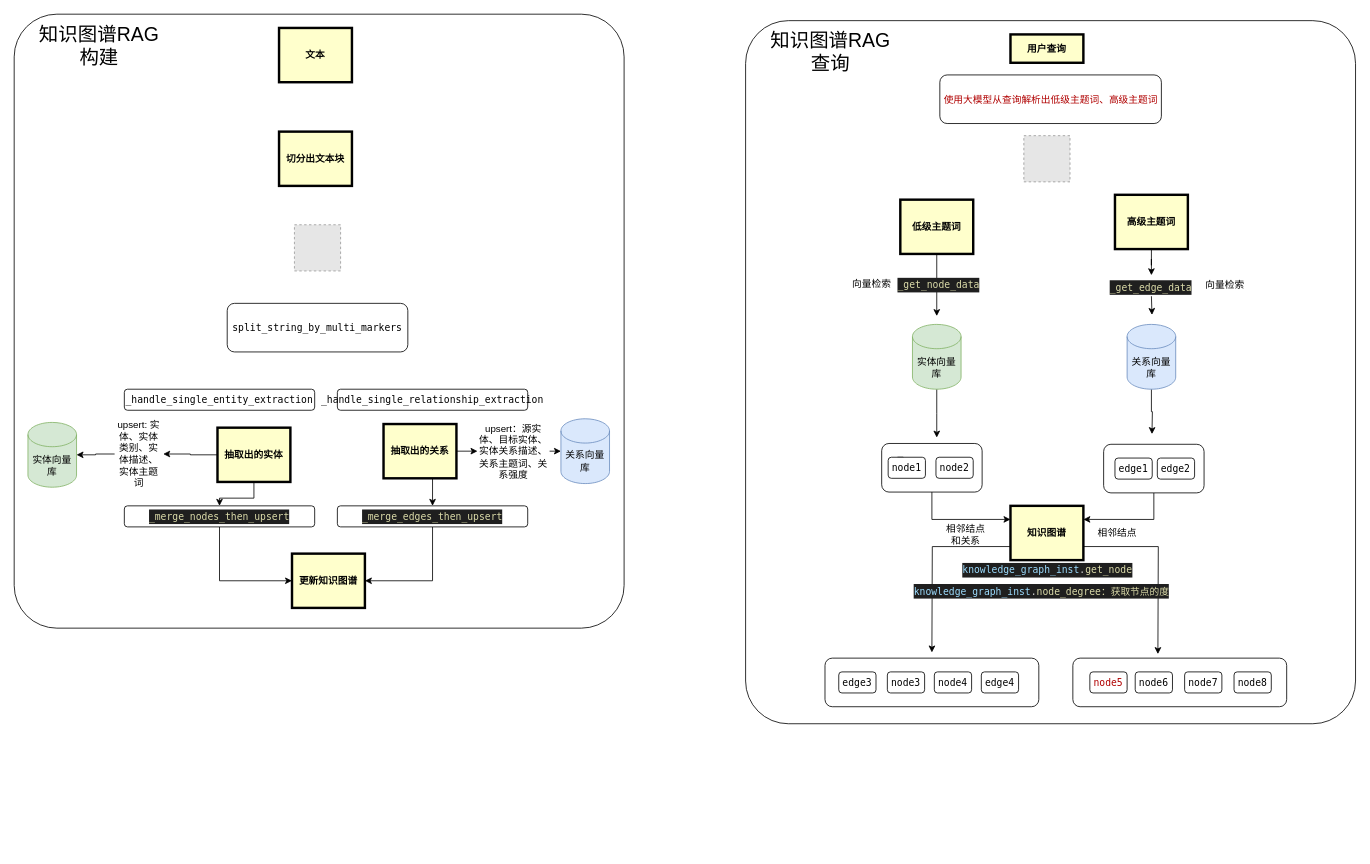
Earlier version of the draw.io diagram 知识图谱RAG.drawio (liweizhen111/GIt-GitHub_Note). Source tidied: cells renumbered, new cells numbered last; positions are measured from the earlier drawing's top-left corner, leaving out a move shared by most shapes. Both pictures are drawn from the tidied source at 81%, with x=0, y=0 at pixel (14, 14). Pictures stored in the file or linked from it are replaced by grey dashed boxes.
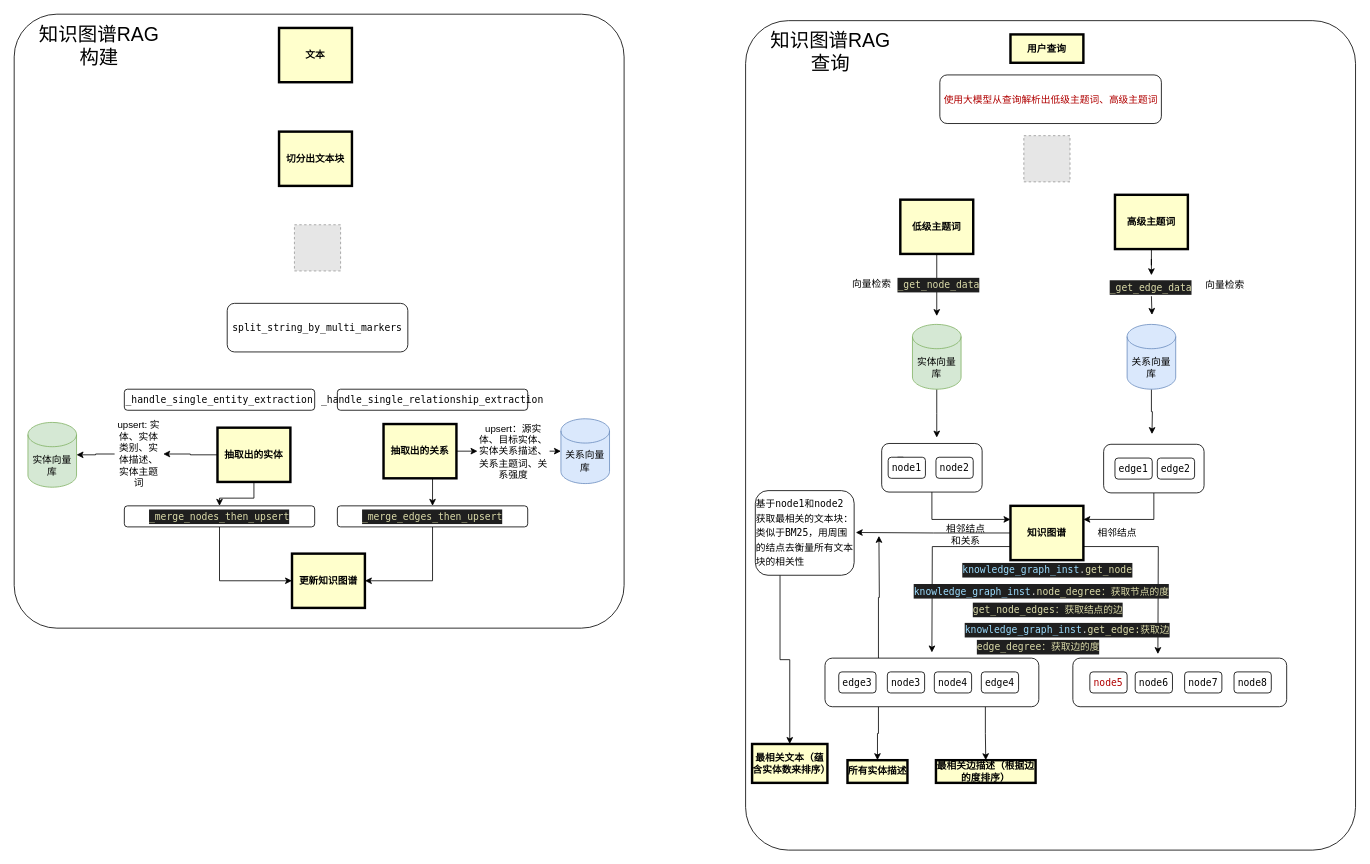
The same page after the edit.

Commit message:
更新知识图谱RAG.drawio

The change refers to these unchanged cells:
```xml
<mxCell id="29" value="知识图谱" style="whiteSpace=wrap;align=center;verticalAlign=middle;fontStyle=1;strokeWidth=3;fillColor=#FFFFCC;" parent="1" vertex="1">
  <mxGeometry x="1230" y="607" width="90" height="67" as="geometry" />
</mxCell>
<mxCell id="57" value="&lt;div style=&quot;text-align: start; font-family: Menlo, Monaco, &amp;quot;Courier New&amp;quot;, monospace; line-height: 18px; white-space: pre;&quot;&gt;&lt;br&gt;&lt;/div&gt;" style="rounded=1;whiteSpace=wrap;html=1;" parent="1" vertex="1">
  <mxGeometry x="1001" y="795" width="264" height="60" as="geometry" />
</mxCell>
```

Change to the diagram source:
```diff
@@
     <mxCell id="23" style="rounded=1;whiteSpace=wrap;html=1;arcSize=7;" parent="1" vertex="1">
-      <mxGeometry x="903" y="8" width="753" height="868" as="geometry" />
+      <mxGeometry x="903" y="8" width="753" height="1024" as="geometry" />
     </mxCell>
@@
+    <mxCell id="72" style="edgeStyle=orthogonalEdgeStyle;rounded=0;jettySize=auto;html=1;exitX=0;exitY=0.5;exitDx=0;exitDy=0;" parent="1" edge="1" source="29">
+      <mxGeometry relative="1" as="geometry">
+        <mxPoint x="1039" y="639.9" as="targetPoint" />
+      </mxGeometry>
+    </mxCell>
@@
+    <mxCell id="73" style="edgeStyle=orthogonalEdgeStyle;rounded=0;jettySize=auto;html=1;exitX=0.25;exitY=0;exitDx=0;exitDy=0;" parent="1" edge="1" source="57">
+      <mxGeometry relative="1" as="geometry">
+        <mxPoint x="1067.6" y="644.1" as="targetPoint" />
+      </mxGeometry>
+    </mxCell>
+    <mxCell id="74" style="edgeStyle=orthogonalEdgeStyle;rounded=0;jettySize=auto;html=1;exitX=0.25;exitY=1;exitDx=0;exitDy=0;entryX=0.5;entryY=0;entryDx=0;entryDy=0;" parent="1" edge="1" source="57" target="80">
+      <mxGeometry relative="1" as="geometry" />
+    </mxCell>
+    <mxCell id="75" style="edgeStyle=orthogonalEdgeStyle;rounded=0;jettySize=auto;html=1;exitX=0.75;exitY=1;exitDx=0;exitDy=0;entryX=0.5;entryY=0;entryDx=0;entryDy=0;" parent="1" edge="1" source="57" target="81">
+      <mxGeometry relative="1" as="geometry" />
+    </mxCell>
@@
+    <mxCell id="76" value="&lt;div style=&quot;font-style: normal; font-variant-caps: normal; font-weight: normal; letter-spacing: normal; text-align: start; text-indent: 0px; text-transform: none; word-spacing: 0px; -webkit-text-stroke-width: 0px; text-decoration: none; color: rgb(204, 204, 204); background-color: rgb(31, 31, 31); font-family: Menlo, Monaco, &amp;quot;Courier New&amp;quot;, monospace; font-size: 12px; line-height: 18px; white-space: pre;&quot;&gt;&lt;div&gt;&lt;span style=&quot;color: rgb(220, 220, 170);&quot;&gt;get_node_edges：获取结点的边&lt;/span&gt;&lt;/div&gt;&lt;/div&gt;" style="text;whiteSpace=wrap;html=1;" parent="1" vertex="1">
+      <mxGeometry x="1182" y="720.1" width="184.6" height="24.4" as="geometry" />
+    </mxCell>
+    <mxCell id="77" style="edgeStyle=orthogonalEdgeStyle;rounded=0;jettySize=auto;html=1;exitX=0.25;exitY=1;exitDx=0;exitDy=0;" parent="1" edge="1" source="78" target="79">
+      <mxGeometry relative="1" as="geometry" />
+    </mxCell>
+    <mxCell id="78" value="&lt;div style=&quot;text-align: start; font-family: Menlo, Monaco, &amp;quot;Courier New&amp;quot;, monospace; line-height: 18px; white-space: pre;&quot;&gt;基于node1和node2&lt;/div&gt;&lt;div style=&quot;text-align: start; font-family: Menlo, Monaco, &amp;quot;Courier New&amp;quot;, monospace; line-height: 18px; white-space: pre;&quot;&gt;获取最相关的文本块：&lt;/div&gt;&lt;div style=&quot;text-align: start; font-family: Menlo, Monaco, &amp;quot;Courier New&amp;quot;, monospace; line-height: 18px; white-space: pre;&quot;&gt;类似于BM25，用周围&lt;/div&gt;&lt;div style=&quot;text-align: start; font-family: Menlo, Monaco, &amp;quot;Courier New&amp;quot;, monospace; line-height: 18px; white-space: pre;&quot;&gt;的结点去衡量所有文本&lt;/div&gt;&lt;div style=&quot;text-align: start; font-family: Menlo, Monaco, &amp;quot;Courier New&amp;quot;, monospace; line-height: 18px; white-space: pre;&quot;&gt;块的相关性&lt;/div&gt;" style="rounded=1;whiteSpace=wrap;html=1;" parent="1" vertex="1">
+      <mxGeometry x="915" y="588.2" width="122" height="104.5" as="geometry" />
+    </mxCell>
+    <mxCell id="79" value="最相关文本（蕴含实体数来排序）" style="whiteSpace=wrap;align=center;verticalAlign=middle;fontStyle=1;strokeWidth=3;fillColor=#FFFFCC;" parent="1" vertex="1">
+      <mxGeometry x="911" y="901" width="93" height="48" as="geometry" />
+    </mxCell>
+    <mxCell id="80" value="所有实体描述" style="whiteSpace=wrap;align=center;verticalAlign=middle;fontStyle=1;strokeWidth=3;fillColor=#FFFFCC;" parent="1" vertex="1">
+      <mxGeometry x="1028.8" y="921" width="74" height="28" as="geometry" />
+    </mxCell>
+    <mxCell id="81" value="最相关边描述（根据边的度排序）" style="whiteSpace=wrap;align=center;verticalAlign=middle;fontStyle=1;strokeWidth=3;fillColor=#FFFFCC;" parent="1" vertex="1">
+      <mxGeometry x="1138" y="921" width="123" height="28" as="geometry" />
+    </mxCell>
+    <mxCell id="82" value="&lt;div style=&quot;font-style: normal; font-variant-caps: normal; font-weight: normal; letter-spacing: normal; text-align: start; text-indent: 0px; text-transform: none; word-spacing: 0px; -webkit-text-stroke-width: 0px; text-decoration: none; color: rgb(204, 204, 204); background-color: rgb(31, 31, 31); font-family: Menlo, Monaco, &amp;quot;Courier New&amp;quot;, monospace; font-size: 12px; line-height: 18px; white-space: pre;&quot;&gt;&lt;div&gt;&lt;span style=&quot;color: rgb(156, 220, 254);&quot;&gt;knowledge_graph_inst&lt;/span&gt;&lt;span style=&quot;color: rgb(204, 204, 204);&quot;&gt;.&lt;/span&gt;&lt;span style=&quot;color: rgb(220, 220, 170);&quot;&gt;get_edge:获取边&lt;/span&gt;&lt;/div&gt;&lt;/div&gt;" style="text;whiteSpace=wrap;html=1;" parent="1" vertex="1">
+      <mxGeometry x="1171.6" y="744.6" width="212.4" height="26" as="geometry" />
+    </mxCell>
+    <mxCell id="83" value="&lt;div style=&quot;font-style: normal; font-variant-caps: normal; font-weight: normal; letter-spacing: normal; text-align: start; text-indent: 0px; text-transform: none; word-spacing: 0px; -webkit-text-stroke-width: 0px; text-decoration: none; color: rgb(204, 204, 204); background-color: rgb(31, 31, 31); font-family: Menlo, Monaco, &amp;quot;Courier New&amp;quot;, monospace; font-size: 12px; line-height: 18px; white-space: pre;&quot;&gt;&lt;div&gt;&lt;span style=&quot;color: rgb(220, 220, 170);&quot;&gt;edge_degree：获取边的度&lt;/span&gt;&lt;/div&gt;&lt;/div&gt;" style="text;whiteSpace=wrap;html=1;" parent="1" vertex="1">
+      <mxGeometry x="1187.2" y="766" width="184.6" height="24.4" as="geometry" />
+    </mxCell>
```
